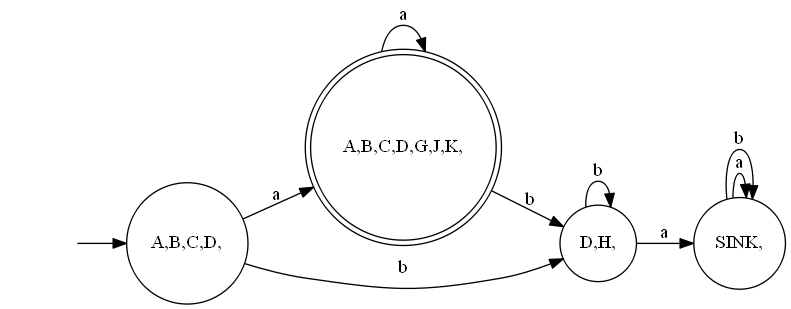
Before: Automate Picture/AutomataConvertedDFAPicture.dot.png, a diagram exported from Graphviz (arjen0203/AutomataReader). Its source is kept beside it as Automate Picture/AutomataConvertedDFAPicture.dot.
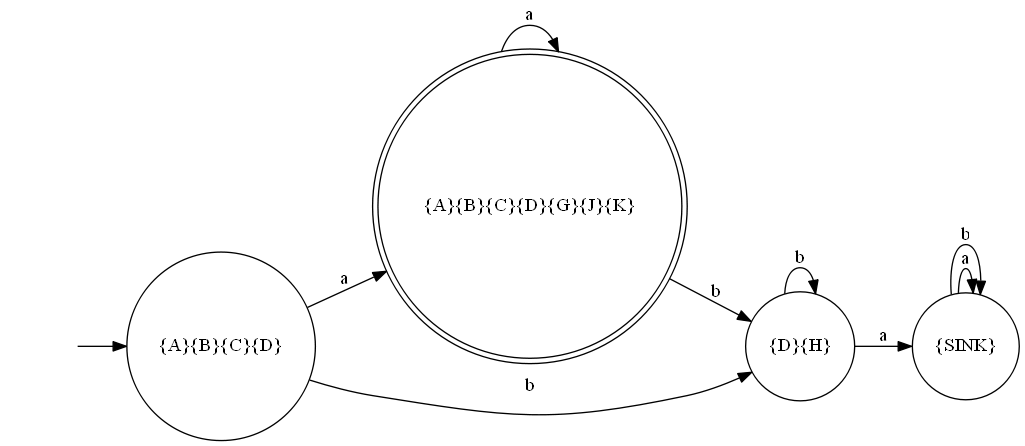
The same file after the commit.

The edit, as a diff of the source:
```diff
@@ -1,18 +1,18 @@
 digraph myAutomatonDFA {
 rankdir=LR;
 "" [shape=none]
-"A,B,C,D," [shape=circle]
-"A,B,C,D,G,J,K," [shape=doublecircle]
-"D,H," [shape=circle]
-"SINK," [shape=circle]
+"{A}{B}{C}{D}" [shape=circle]
+"{A}{B}{C}{D}{G}{J}{K}" [shape=doublecircle]
+"{D}{H}" [shape=circle]
+"{SINK}" [shape=circle]
 
-"" -> "A,B,C,D,"
-"A,B,C,D," -> "A,B,C,D,G,J,K," [label="a"]
-"A,B,C,D," -> "D,H," [label="b"]
-"A,B,C,D,G,J,K," -> "A,B,C,D,G,J,K," [label="a"]
-"A,B,C,D,G,J,K," -> "D,H," [label="b"]
-"D,H," -> "SINK," [label="a"]
-"D,H," -> "D,H," [label="b"]
-"SINK," -> "SINK," [label="a"]
-"SINK," -> "SINK," [label="b"]
+"" -> "{A}{B}{C}{D}"
+"{A}{B}{C}{D}" -> "{A}{B}{C}{D}{G}{J}{K}" [label="a"]
+"{A}{B}{C}{D}" -> "{D}{H}" [label="b"]
+"{A}{B}{C}{D}{G}{J}{K}" -> "{A}{B}{C}{D}{G}{J}{K}" [label="a"]
+"{A}{B}{C}{D}{G}{J}{K}" -> "{D}{H}" [label="b"]
+"{D}{H}" -> "{SINK}" [label="a"]
+"{D}{H}" -> "{D}{H}" [label="b"]
+"{SINK}" -> "{SINK}" [label="a"]
+"{SINK}" -> "{SINK}" [label="b"]
 }
```
